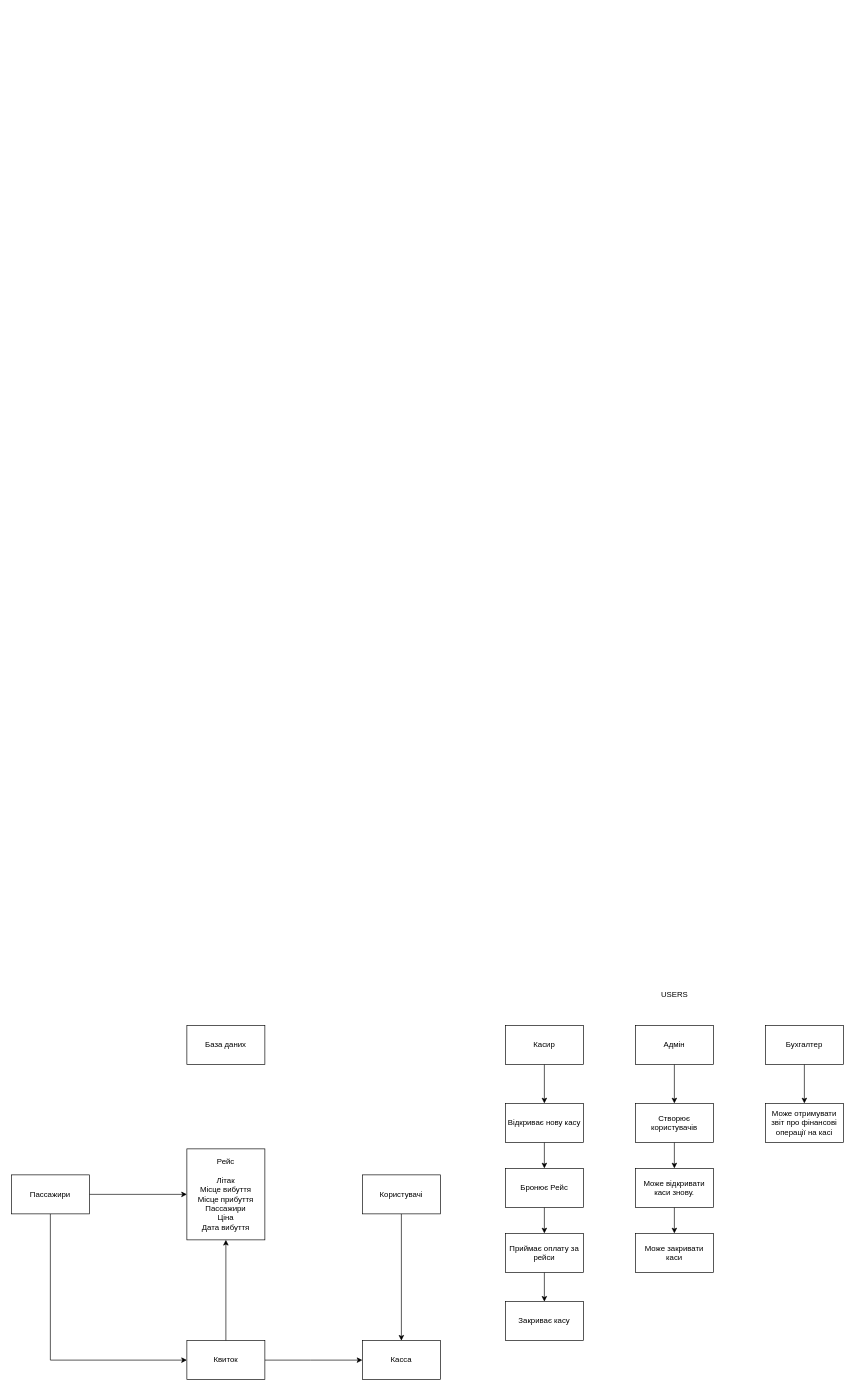
Earlier version of the draw.io diagram Basically Flow.drawio (DmytroVoronkov/flask-air-commerce). Source tidied: cells renumbered, new cells numbered last; positions are measured from the earlier drawing's top-left corner, leaving out a move shared by most shapes. Both pictures are drawn from the tidied source at 65%, with x=0, y=0 at pixel (11, 985).
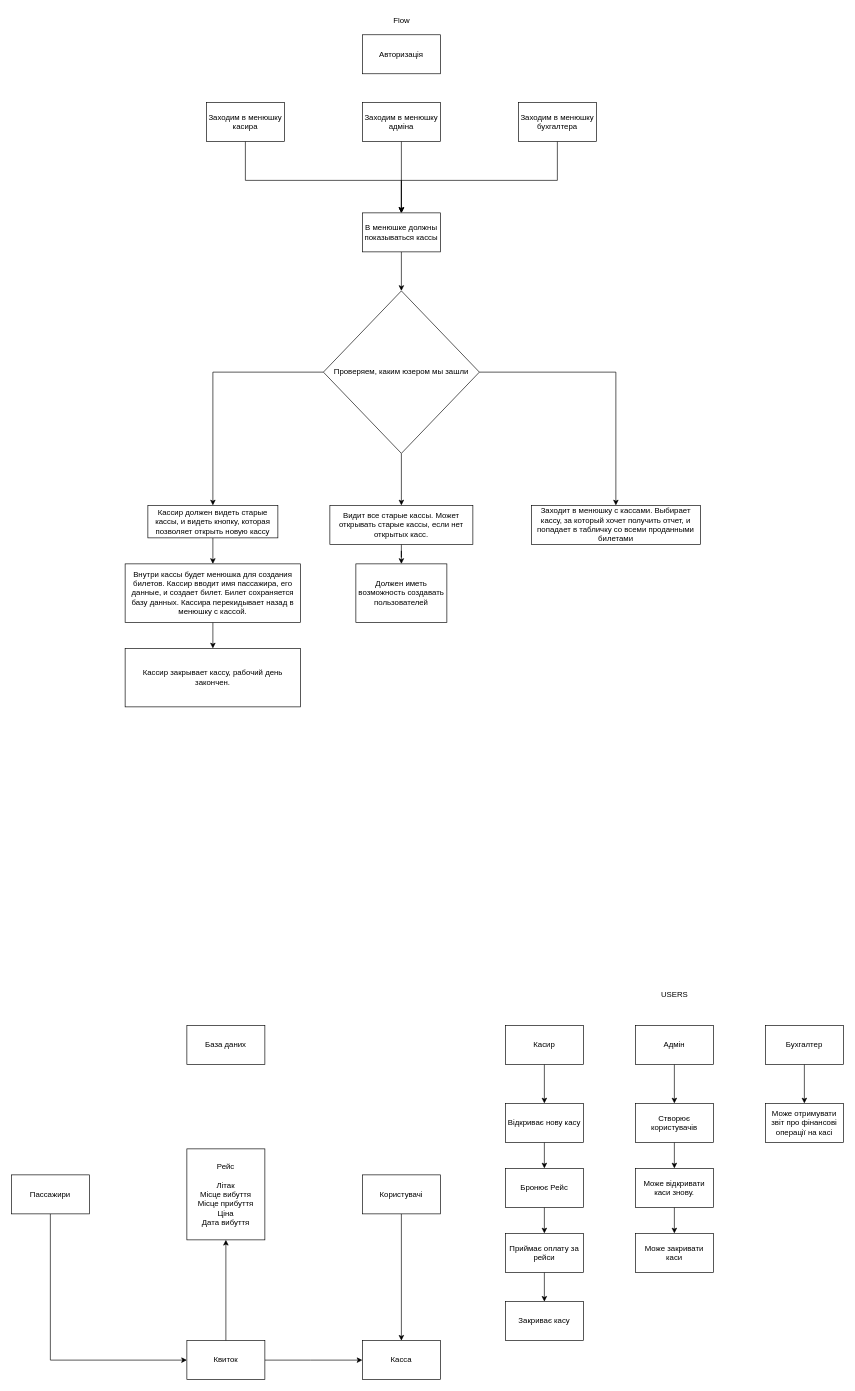
The same page after the edit.

Unchanged cells that the change refers to:
```xml
<mxCell id="26" value="Пассажири" style="rounded=0;whiteSpace=wrap;html=1;" parent="1" vertex="1">
  <mxGeometry y="292" width="120" height="60" as="geometry" />
</mxCell>
```

Diff of the diagram source:
```diff
@@
-    <mxCell id="23" value="Рейс&lt;br&gt;&lt;br&gt;Літак&lt;br&gt;Місце вибуття&lt;br&gt;Місце прибуття&lt;br&gt;Пассажири&lt;br&gt;Ціна&lt;br&gt;Дата вибуття" style="rounded=0;whiteSpace=wrap;html=1;" parent="1" vertex="1">
+    <mxCell id="23" value="Рейс&lt;br&gt;&lt;br&gt;Літак&lt;br&gt;Місце вибуття&lt;br&gt;Місце прибуття&lt;br&gt;Ціна&lt;br&gt;Дата вибуття" style="rounded=0;whiteSpace=wrap;html=1;" parent="1" vertex="1">
       <mxGeometry x="270" y="252" width="120" height="140" as="geometry" />
     </mxCell>
-    <mxCell id="24" style="edgeStyle=orthogonalEdgeStyle;rounded=0;jettySize=auto;html=1;entryX=0;entryY=0.5;entryDx=0;entryDy=0;" parent="1" edge="1" source="26" target="23">
-      <mxGeometry relative="1" as="geometry" />
-    </mxCell>
@@
+    <mxCell id="33" value="Авторизація" style="rounded=0;whiteSpace=wrap;html=1;" parent="1" vertex="1">
+      <mxGeometry x="540" y="-1462" width="120" height="60" as="geometry" />
+    </mxCell>
+    <mxCell id="34" value="Flow" style="text;html=1;align=center;verticalAlign=middle;strokeColor=none;fillColor=none;" parent="1" vertex="1">
+      <mxGeometry x="575" y="-1498" width="50" height="30" as="geometry" />
+    </mxCell>
+    <mxCell id="35" style="edgeStyle=orthogonalEdgeStyle;rounded=0;jettySize=auto;html=1;entryX=0.5;entryY=0;entryDx=0;entryDy=0;" parent="1" edge="1" source="36" target="43">
+      <mxGeometry relative="1" as="geometry">
+        <Array as="points">
+          <mxPoint x="360" y="-1238" />
+          <mxPoint x="600" y="-1238" />
+        </Array>
+      </mxGeometry>
+    </mxCell>
+    <mxCell id="36" value="Заходим в менюшку касира" style="rounded=0;whiteSpace=wrap;html=1;" parent="1" vertex="1">
+      <mxGeometry x="300" y="-1358" width="120" height="60" as="geometry" />
+    </mxCell>
+    <mxCell id="37" style="edgeStyle=orthogonalEdgeStyle;rounded=0;jettySize=auto;html=1;entryX=0.5;entryY=0;entryDx=0;entryDy=0;" parent="1" edge="1" source="38" target="43">
+      <mxGeometry relative="1" as="geometry" />
+    </mxCell>
+    <mxCell id="38" value="Заходим в менюшку адміна" style="rounded=0;whiteSpace=wrap;html=1;" parent="1" vertex="1">
+      <mxGeometry x="540" y="-1358" width="120" height="60" as="geometry" />
+    </mxCell>
+    <mxCell id="39" style="edgeStyle=orthogonalEdgeStyle;rounded=0;jettySize=auto;html=1;entryX=0.5;entryY=0;entryDx=0;entryDy=0;" parent="1" edge="1" source="40" target="43">
+      <mxGeometry relative="1" as="geometry">
+        <Array as="points">
+          <mxPoint x="840" y="-1238" />
+          <mxPoint x="600" y="-1238" />
+        </Array>
+      </mxGeometry>
+    </mxCell>
+    <mxCell id="40" value="Заходим в менюшку бухгалтера" style="rounded=0;whiteSpace=wrap;html=1;" parent="1" vertex="1">
+      <mxGeometry x="780" y="-1358" width="120" height="60" as="geometry" />
+    </mxCell>
+    <mxCell id="41" style="edgeStyle=orthogonalEdgeStyle;rounded=0;jettySize=auto;html=1;entryX=0.5;entryY=0;entryDx=0;entryDy=0;" parent="1" edge="1" target="47">
+      <mxGeometry relative="1" as="geometry">
+        <mxPoint x="600" y="-1068" as="sourcePoint" />
+      </mxGeometry>
+    </mxCell>
+    <mxCell id="42" style="edgeStyle=orthogonalEdgeStyle;rounded=0;jettySize=auto;html=1;entryX=0.5;entryY=0;entryDx=0;entryDy=0;" parent="1" edge="1" source="43" target="47">
+      <mxGeometry relative="1" as="geometry" />
+    </mxCell>
+    <mxCell id="43" value="В менюшке должны показываться кассы" style="rounded=0;whiteSpace=wrap;html=1;" parent="1" vertex="1">
+      <mxGeometry x="540" y="-1188" width="120" height="60" as="geometry" />
+    </mxCell>
+    <mxCell id="44" style="edgeStyle=orthogonalEdgeStyle;rounded=0;jettySize=auto;html=1;" parent="1" edge="1" source="47" target="49">
+      <mxGeometry relative="1" as="geometry" />
+    </mxCell>
+    <mxCell id="45" style="edgeStyle=orthogonalEdgeStyle;rounded=0;jettySize=auto;html=1;entryX=0.5;entryY=0;entryDx=0;entryDy=0;" parent="1" edge="1" source="47" target="54">
+      <mxGeometry relative="1" as="geometry" />
+    </mxCell>
+    <mxCell id="46" style="edgeStyle=orthogonalEdgeStyle;rounded=0;jettySize=auto;html=1;entryX=0.5;entryY=0;entryDx=0;entryDy=0;" parent="1" edge="1" source="47" target="56">
+      <mxGeometry relative="1" as="geometry" />
+    </mxCell>
+    <mxCell id="47" value="Проверяем, каким юзером мы зашли" style="rhombus;whiteSpace=wrap;html=1;" parent="1" vertex="1">
+      <mxGeometry x="480" y="-1068" width="240" height="250" as="geometry" />
+    </mxCell>
+    <mxCell id="48" style="edgeStyle=orthogonalEdgeStyle;rounded=0;jettySize=auto;html=1;" parent="1" edge="1" source="49" target="51">
+      <mxGeometry relative="1" as="geometry" />
+    </mxCell>
+    <mxCell id="49" value="Кассир должен видеть старые кассы, и видеть кнопку, которая позволяет открыть новую кассу" style="rounded=0;whiteSpace=wrap;html=1;" parent="1" vertex="1">
+      <mxGeometry x="210" y="-738" width="200" height="50" as="geometry" />
+    </mxCell>
+    <mxCell id="50" style="edgeStyle=orthogonalEdgeStyle;rounded=0;jettySize=auto;html=1;entryX=0.5;entryY=0;entryDx=0;entryDy=0;" parent="1" edge="1" source="51" target="52">
+      <mxGeometry relative="1" as="geometry" />
+    </mxCell>
+    <mxCell id="51" value="Внутри кассы будет менюшка для создания билетов. Кассир вводит имя пассажира, его данные, и создает билет. Билет сохраняется базу данных. Кассира перекидывает назад в менюшку с кассой." style="rounded=0;whiteSpace=wrap;html=1;" parent="1" vertex="1">
+      <mxGeometry x="175" y="-648" width="270" height="90" as="geometry" />
+    </mxCell>
+    <mxCell id="52" value="Кассир закрывает кассу, рабочий день закончен." style="rounded=0;whiteSpace=wrap;html=1;" parent="1" vertex="1">
+      <mxGeometry x="175" y="-518" width="270" height="90" as="geometry" />
+    </mxCell>
+    <mxCell id="53" style="edgeStyle=orthogonalEdgeStyle;rounded=0;jettySize=auto;html=1;entryX=0.5;entryY=0;entryDx=0;entryDy=0;" parent="1" edge="1" source="54" target="55">
+      <mxGeometry relative="1" as="geometry" />
+    </mxCell>
+    <mxCell id="54" value="Видит все старые кассы. Может открывать старые кассы, если нет открытых касс." style="whiteSpace=wrap;html=1;" parent="1" vertex="1">
+      <mxGeometry x="490" y="-738" width="220" height="60" as="geometry" />
+    </mxCell>
+    <mxCell id="55" value="Должен иметь возможность создавать пользователей" style="rounded=0;whiteSpace=wrap;html=1;" parent="1" vertex="1">
+      <mxGeometry x="530" y="-648" width="140" height="90" as="geometry" />
+    </mxCell>
+    <mxCell id="56" value="Заходит в менюшку с кассами. Выбирает кассу, за который хочет получить отчет, и попадает в табличку со всеми проданными билетами" style="rounded=0;whiteSpace=wrap;html=1;" parent="1" vertex="1">
+      <mxGeometry x="800" y="-738" width="260" height="60" as="geometry" />
+    </mxCell>
```
